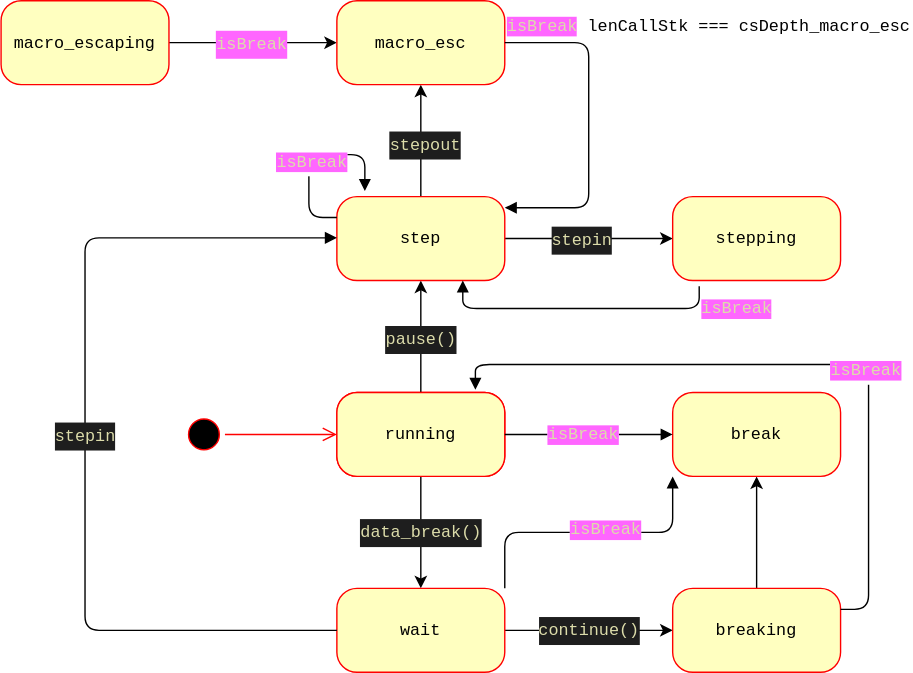
Before: res/img/breakState.svg, a diagram exported from draw.io (famibee/SKYNovel-vscode-extension). Source tidied: cells renumbered, new cells last; positions are measured from the earlier drawing's top-left corner, leaving out a move shared by most shapes.
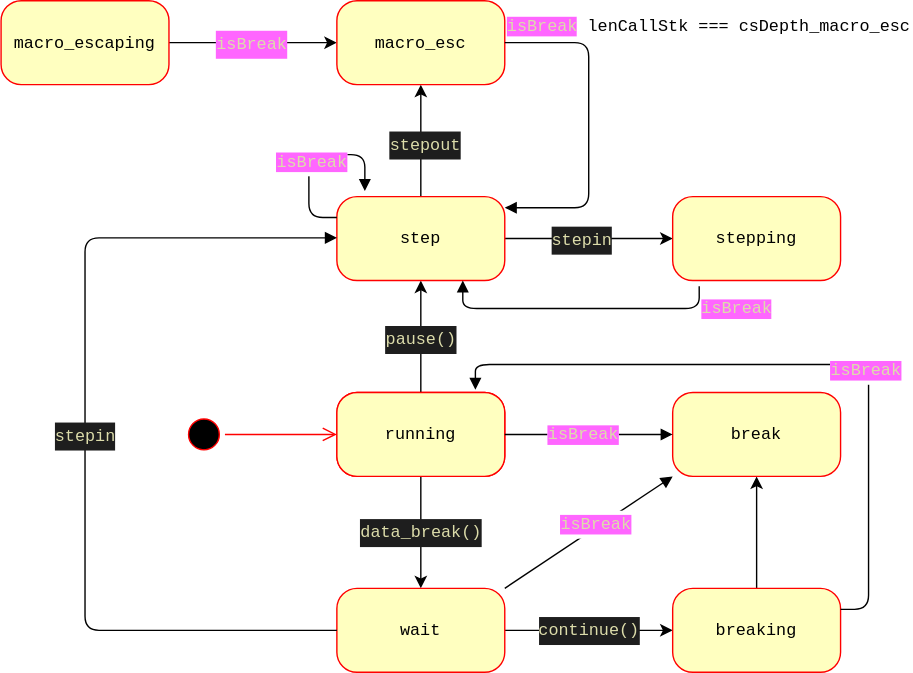
After the change.

Commit message:
breakState.svg を更新します

What changed in the source:
```diff
@@ -140,7 +140,7 @@
     <mxCell id="36" value="&lt;div style=&quot;color: rgb(212 , 212 , 212) ; font-family: &amp;#34;menlo&amp;#34; , &amp;#34;monaco&amp;#34; , &amp;#34;courier new&amp;#34; , monospace ; font-size: 12px ; line-height: 20px&quot;&gt;&lt;span style=&quot;color: rgb(220 , 220 , 170) ; background-color: rgb(255 , 102 , 255)&quot;&gt;isBreak&lt;/span&gt;&lt;/div&gt;" style="edgeLabel;html=1;align=center;verticalAlign=middle;fontColor=#000000;" parent="35" vertex="1">
       <mxGeometry x="-0.08" y="1" relative="1" as="geometry" />
     </mxCell>
-    <mxCell id="37" style="endArrow=block;endFill=1;html=1;edgeStyle=orthogonalEdgeStyle;align=left;verticalAlign=top;labelBackgroundColor=none;fontColor=#000000;entryX=0;entryY=1;entryDx=0;entryDy=0;exitX=1;exitY=0;exitDx=0;exitDy=0;" parent="1" edge="1" source="11" target="34">
+    <mxCell id="37" style="endArrow=block;endFill=1;html=1;align=left;verticalAlign=top;labelBackgroundColor=none;fontColor=#000000;entryX=0;entryY=1;entryDx=0;entryDy=0;exitX=1;exitY=0;exitDx=0;exitDy=0;" parent="1" edge="1" source="11" target="34">
       <mxGeometry x="-1" relative="1" as="geometry" />
     </mxCell>
     <mxCell id="38" value="&lt;div style=&quot;color: rgb(212 , 212 , 212) ; font-family: &amp;#34;menlo&amp;#34; , &amp;#34;monaco&amp;#34; , &amp;#34;courier new&amp;#34; , monospace ; font-size: 12px ; line-height: 20px&quot;&gt;&lt;span style=&quot;color: rgb(220 , 220 , 170) ; background-color: rgb(255 , 102 , 255)&quot;&gt;isBreak&lt;/span&gt;&lt;/div&gt;" style="edgeLabel;html=1;align=center;verticalAlign=middle;fontColor=#000000;" parent="37" vertex="1">
```
